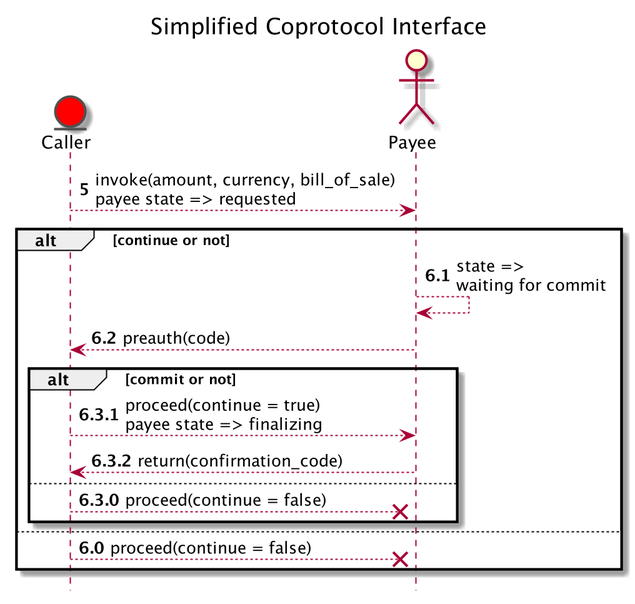
Earlier version of the PlantUML export concepts/0478-coprotocols/as_coprotocol.png (hyperledger/aries-rfcs). Source of this version:
```plantuml
@startuml
skinparam EntityBorderColor #505050

title Simplified Coprotocol Interface
autonumber 5
hide footbox
entity "Caller" as caller #red
actor "Payee" as payee
caller --> payee: invoke(amount, currency, bill_of_sale)\npayee state => requested
alt continue or not
    autonumber 6.1
    payee --> payee: state =>\nwaiting for commit
    payee --> caller: preauth(code)
    alt commit or not
        autonumber 6.3.1
        caller --> payee: proceed(continue = true)\npayee state => finalizing
        payee --> caller: return(confirmation_code)
    else
        autonumber 6.3.0
        caller --x payee: proceed(continue = false)
        end alt
else
    autonumber 6.0
    caller --x payee: proceed(continue = false)
end alt

@enduml
```
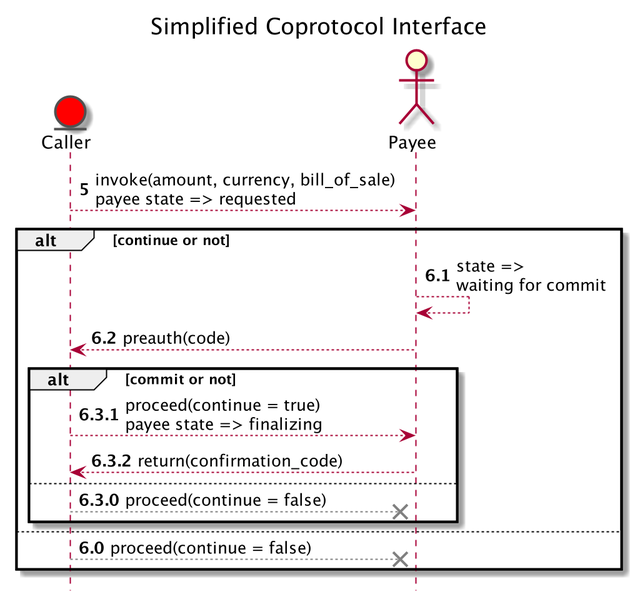
Above is the later version.

The edit, as a diff of the source:
```diff
@@ -17,11 +17,11 @@
         payee --> caller: return(confirmation_code)
     else
         autonumber 6.3.0
-        caller --x payee: proceed(continue = false)
+        caller [#gray]--x payee: proceed(continue = false)
         end alt
 else
     autonumber 6.0
-    caller --x payee: proceed(continue = false)
+    caller [#gray]--x payee: proceed(continue = false)
 end alt
 
 @enduml
```
